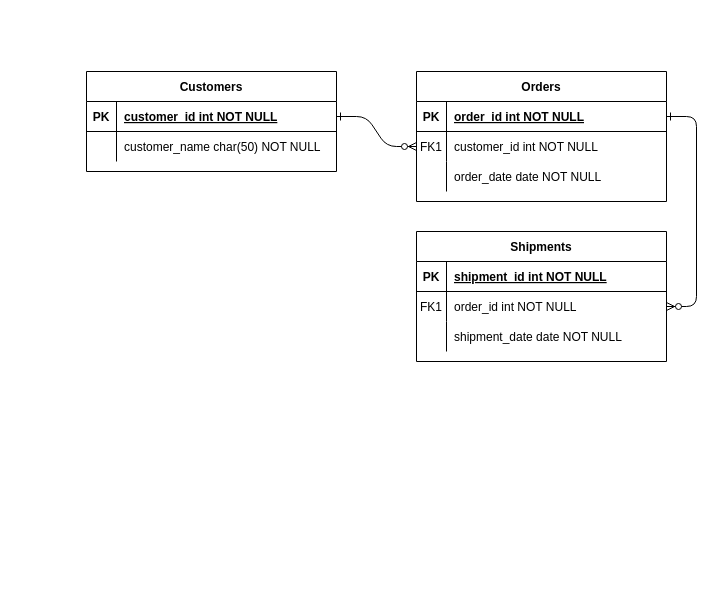
The draw.io diagram receivers.drawio in itzelvigil/RepositorioPrueba, before the edit. Source tidied: cells renumbered, new cells numbered last; positions are measured from the earlier drawing's top-left corner, leaving out a move shared by most shapes. Both pictures are drawn from the tidied source at 100%, with x=0, y=0 at pixel (86, 71).
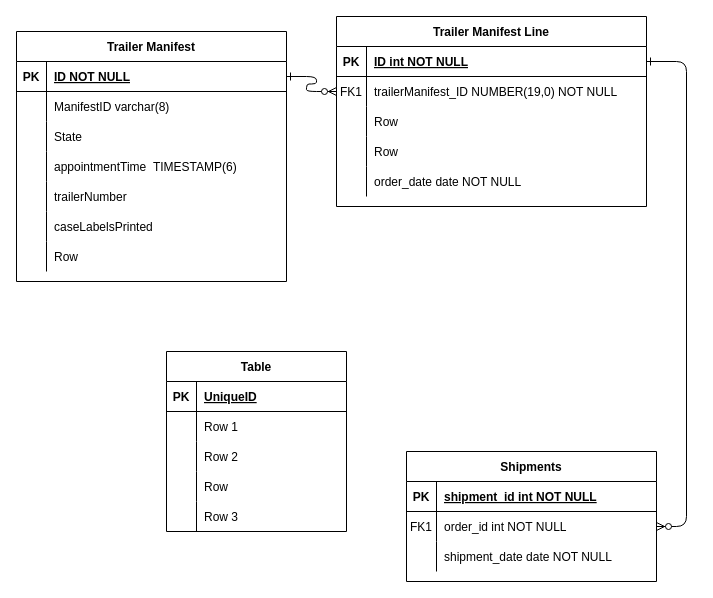
Above is the later version.

What changed in the source:
```diff
@@
-    <mxCell id="4" value="Orders" style="shape=table;startSize=30;childLayout=tableLayout;rowLines=0;fontStyle=1;align=center;" parent="1" vertex="1">
-      <mxGeometry x="330" width="250" height="130" as="geometry" />
+    <mxCell id="4" value="Trailer Manifest Line" style="shape=table;startSize=30;childLayout=tableLayout;rowLines=0;fontStyle=1;align=center;" parent="1" vertex="1">
+      <mxGeometry x="250" y="-55" width="310" height="190" as="geometry" />
     </mxCell>
     <mxCell id="5" style="shape=partialRectangle;fillColor=none;points=[[0,0.5],[1,0.5]];portConstraint=eastwest;top=0;left=0;right=0;bottom=1;" parent="4" vertex="1">
-      <mxGeometry y="30" width="250" height="30" as="geometry" />
+      <mxGeometry y="30" width="310" height="30" as="geometry" />
     </mxCell>
@@
-    <mxCell id="7" value="order_id int NOT NULL " style="shape=partialRectangle;overflow=hidden;fillColor=none;top=0;left=0;bottom=0;right=0;align=left;spacingLeft=6;fontStyle=5;" parent="5" vertex="1">
-      <mxGeometry x="30" width="220" height="30" as="geometry" />
+    <mxCell id="7" value="ID int NOT NULL " style="shape=partialRectangle;overflow=hidden;fillColor=none;top=0;left=0;bottom=0;right=0;align=left;spacingLeft=6;fontStyle=5;" parent="5" vertex="1">
+      <mxGeometry x="30" width="280" height="30" as="geometry" />
     </mxCell>
     <mxCell id="8" style="shape=partialRectangle;fillColor=none;points=[[0,0.5],[1,0.5]];portConstraint=eastwest;top=0;left=0;right=0;bottom=0;" parent="4" vertex="1">
-      <mxGeometry y="60" width="250" height="30" as="geometry" />
+      <mxGeometry y="60" width="310" height="30" as="geometry" />
     </mxCell>
@@
-    <mxCell id="10" value="customer_id int NOT NULL" style="shape=partialRectangle;overflow=hidden;fillColor=none;top=0;left=0;bottom=0;right=0;align=left;spacingLeft=6;" parent="8" vertex="1">
-      <mxGeometry x="30" width="220" height="30" as="geometry" />
+    <mxCell id="10" value="trailerManifest_ID NUMBER(19,0) NOT NULL" style="shape=partialRectangle;overflow=hidden;fillColor=none;top=0;left=0;bottom=0;right=0;align=left;spacingLeft=6;" parent="8" vertex="1">
+      <mxGeometry x="30" width="280" height="30" as="geometry" />
     </mxCell>
+    <mxCell id="31" style="shape=tableRow;horizontal=0;startSize=0;swimlaneHead=0;swimlaneBody=0;fillColor=none;top=0;left=0;right=0;bottom=0;labelBackgroundColor=none;labelBorderColor=none;" parent="4" vertex="1">
+      <mxGeometry y="90" width="310" height="30" as="geometry" />
+    </mxCell>
+    <mxCell id="32" style="shape=partialRectangle;fillColor=none;top=0;left=0;bottom=0;right=0;overflow=hidden;labelBackgroundColor=none;labelBorderColor=none;" parent="31" vertex="1">
+      <mxGeometry width="30" height="30" as="geometry" />
+    </mxCell>
+    <mxCell id="33" value="Row" style="shape=partialRectangle;fillColor=none;top=0;left=0;bottom=0;right=0;align=left;spacingLeft=6;overflow=hidden;labelBackgroundColor=none;labelBorderColor=none;" parent="31" vertex="1">
+      <mxGeometry x="30" width="280" height="30" as="geometry" />
+    </mxCell>
+    <mxCell id="34" style="shape=tableRow;horizontal=0;startSize=0;swimlaneHead=0;swimlaneBody=0;fillColor=none;top=0;left=0;right=0;bottom=0;labelBackgroundColor=none;labelBorderColor=none;" parent="4" vertex="1">
+      <mxGeometry y="120" width="310" height="30" as="geometry" />
+    </mxCell>
+    <mxCell id="35" style="shape=partialRectangle;fillColor=none;top=0;left=0;bottom=0;right=0;overflow=hidden;labelBackgroundColor=none;labelBorderColor=none;" parent="34" vertex="1">
+      <mxGeometry width="30" height="30" as="geometry" />
+    </mxCell>
+    <mxCell id="36" value="Row" style="shape=partialRectangle;fillColor=none;top=0;left=0;bottom=0;right=0;align=left;spacingLeft=6;overflow=hidden;labelBackgroundColor=none;labelBorderColor=none;" parent="34" vertex="1">
+      <mxGeometry x="30" width="280" height="30" as="geometry" />
+    </mxCell>
     <mxCell id="11" style="shape=partialRectangle;fillColor=none;top=0;left=0;right=0;bottom=0;" parent="4" vertex="1">
-      <mxGeometry y="90" width="250" height="30" as="geometry" />
+      <mxGeometry y="150" width="310" height="30" as="geometry" />
     </mxCell>
@@
     <mxCell id="13" value="order_date date NOT NULL" style="shape=partialRectangle;overflow=hidden;fillColor=none;top=0;left=0;bottom=0;right=0;align=left;spacingLeft=6;" parent="11" vertex="1">
-      <mxGeometry x="30" width="220" height="30" as="geometry" />
+      <mxGeometry x="30" width="280" height="30" as="geometry" />
     </mxCell>
     <mxCell id="14" value="Shipments" style="shape=table;startSize=30;childLayout=tableLayout;rowLines=0;fontStyle=1;align=center;" parent="1" vertex="1">
-      <mxGeometry x="330" y="160" width="250" height="130" as="geometry" />
+      <mxGeometry x="320" y="380" width="250" height="130" as="geometry" />
     </mxCell>
@@
-    <mxCell id="24" value="Customers" style="shape=table;startSize=30;childLayout=tableLayout;rowLines=0;fontStyle=1;align=center;" parent="1" vertex="1">
-      <mxGeometry width="250" height="100" as="geometry" />
+    <mxCell id="24" value="Trailer Manifest" style="shape=table;startSize=30;childLayout=tableLayout;rowLines=0;fontStyle=1;align=center;" parent="1" vertex="1">
+      <mxGeometry x="-70" y="-40" width="270" height="250" as="geometry" />
     </mxCell>
     <mxCell id="25" style="shape=partialRectangle;fillColor=none;points=[[0,0.5],[1,0.5]];portConstraint=eastwest;top=0;left=0;right=0;bottom=1;" parent="24" vertex="1">
-      <mxGeometry y="30" width="250" height="30" as="geometry" />
+      <mxGeometry y="30" width="270" height="30" as="geometry" />
     </mxCell>
@@
-    <mxCell id="27" value="customer_id int NOT NULL " style="shape=partialRectangle;overflow=hidden;fillColor=none;top=0;left=0;bottom=0;right=0;align=left;spacingLeft=6;fontStyle=5;" parent="25" vertex="1">
-      <mxGeometry x="30" width="220" height="30" as="geometry" />
+    <mxCell id="27" value="ID NOT NULL " style="shape=partialRectangle;overflow=hidden;fillColor=none;top=0;left=0;bottom=0;right=0;align=left;spacingLeft=6;fontStyle=5;" parent="25" vertex="1">
+      <mxGeometry x="30" width="240" height="30" as="geometry" />
     </mxCell>
     <mxCell id="28" style="shape=partialRectangle;fillColor=none;top=0;left=0;right=0;bottom=0;" parent="24" vertex="1">
-      <mxGeometry y="60" width="250" height="30" as="geometry" />
+      <mxGeometry y="60" width="270" height="30" as="geometry" />
     </mxCell>
@@
-    <mxCell id="30" value="customer_name char(50) NOT NULL" style="shape=partialRectangle;overflow=hidden;fillColor=none;top=0;left=0;bottom=0;right=0;align=left;spacingLeft=6;" parent="28" vertex="1">
-      <mxGeometry x="30" width="220" height="30" as="geometry" />
+    <mxCell id="30" value="ManifestID varchar(8)" style="shape=partialRectangle;overflow=hidden;fillColor=none;top=0;left=0;bottom=0;right=0;align=left;spacingLeft=6;" parent="28" vertex="1">
+      <mxGeometry x="30" width="240" height="30" as="geometry" />
     </mxCell>
+    <mxCell id="37" style="shape=tableRow;horizontal=0;startSize=0;swimlaneHead=0;swimlaneBody=0;fillColor=none;top=0;left=0;right=0;bottom=0;labelBackgroundColor=none;labelBorderColor=none;" parent="24" vertex="1">
+      <mxGeometry y="90" width="270" height="30" as="geometry" />
+    </mxCell>
+    <mxCell id="38" style="shape=partialRectangle;fillColor=none;top=0;left=0;bottom=0;right=0;overflow=hidden;labelBackgroundColor=none;labelBorderColor=none;" parent="37" vertex="1">
+      <mxGeometry width="30" height="30" as="geometry" />
+    </mxCell>
+    <mxCell id="39" value="State" style="shape=partialRectangle;fillColor=none;top=0;left=0;bottom=0;right=0;align=left;spacingLeft=6;overflow=hidden;labelBackgroundColor=none;labelBorderColor=none;" parent="37" vertex="1">
+      <mxGeometry x="30" width="240" height="30" as="geometry" />
+    </mxCell>
+    <mxCell id="40" style="shape=tableRow;horizontal=0;startSize=0;swimlaneHead=0;swimlaneBody=0;fillColor=none;top=0;left=0;right=0;bottom=0;labelBackgroundColor=none;labelBorderColor=none;" parent="24" vertex="1">
+      <mxGeometry y="120" width="270" height="30" as="geometry" />
+    </mxCell>
+    <mxCell id="41" style="shape=partialRectangle;fillColor=none;top=0;left=0;bottom=0;right=0;overflow=hidden;labelBackgroundColor=none;labelBorderColor=none;" parent="40" vertex="1">
+      <mxGeometry width="30" height="30" as="geometry" />
+    </mxCell>
+    <mxCell id="42" value="appointmentTime  TIMESTAMP(6)" style="shape=partialRectangle;fillColor=none;top=0;left=0;bottom=0;right=0;align=left;spacingLeft=6;overflow=hidden;labelBackgroundColor=none;labelBorderColor=none;" parent="40" vertex="1">
+      <mxGeometry x="30" width="240" height="30" as="geometry" />
+    </mxCell>
+    <mxCell id="43" style="shape=tableRow;horizontal=0;startSize=0;swimlaneHead=0;swimlaneBody=0;fillColor=none;top=0;left=0;right=0;bottom=0;labelBackgroundColor=none;labelBorderColor=none;" parent="24" vertex="1">
+      <mxGeometry y="150" width="270" height="30" as="geometry" />
+    </mxCell>
+    <mxCell id="44" style="shape=partialRectangle;fillColor=none;top=0;left=0;bottom=0;right=0;overflow=hidden;labelBackgroundColor=none;labelBorderColor=none;" parent="43" vertex="1">
+      <mxGeometry width="30" height="30" as="geometry" />
+    </mxCell>
+    <mxCell id="45" value="trailerNumber" style="shape=partialRectangle;fillColor=none;top=0;left=0;bottom=0;right=0;align=left;spacingLeft=6;overflow=hidden;labelBackgroundColor=none;labelBorderColor=none;" parent="43" vertex="1">
+      <mxGeometry x="30" width="240" height="30" as="geometry" />
+    </mxCell>
+    <mxCell id="46" style="shape=tableRow;horizontal=0;startSize=0;swimlaneHead=0;swimlaneBody=0;fillColor=none;top=0;left=0;right=0;bottom=0;labelBackgroundColor=none;labelBorderColor=none;" parent="24" vertex="1">
+      <mxGeometry y="180" width="270" height="30" as="geometry" />
+    </mxCell>
+    <mxCell id="47" style="shape=partialRectangle;fillColor=none;top=0;left=0;bottom=0;right=0;overflow=hidden;labelBackgroundColor=none;labelBorderColor=none;" parent="46" vertex="1">
+      <mxGeometry width="30" height="30" as="geometry" />
+    </mxCell>
+    <mxCell id="48" value="caseLabelsPrinted" style="shape=partialRectangle;fillColor=none;top=0;left=0;bottom=0;right=0;align=left;spacingLeft=6;overflow=hidden;labelBackgroundColor=none;labelBorderColor=none;" parent="46" vertex="1">
+      <mxGeometry x="30" width="240" height="30" as="geometry" />
+    </mxCell>
+    <mxCell id="49" style="shape=tableRow;horizontal=0;startSize=0;swimlaneHead=0;swimlaneBody=0;fillColor=none;top=0;left=0;right=0;bottom=0;labelBackgroundColor=none;labelBorderColor=none;" parent="24" vertex="1">
+      <mxGeometry y="210" width="270" height="30" as="geometry" />
+    </mxCell>
+    <mxCell id="50" style="shape=partialRectangle;fillColor=none;top=0;left=0;bottom=0;right=0;overflow=hidden;labelBackgroundColor=none;labelBorderColor=none;" parent="49" vertex="1">
+      <mxGeometry width="30" height="30" as="geometry" />
+    </mxCell>
+    <mxCell id="51" value="Row" style="shape=partialRectangle;fillColor=none;top=0;left=0;bottom=0;right=0;align=left;spacingLeft=6;overflow=hidden;labelBackgroundColor=none;labelBorderColor=none;" parent="49" vertex="1">
+      <mxGeometry x="30" width="240" height="30" as="geometry" />
+    </mxCell>
+    <mxCell id="52" value="Table" style="shape=table;startSize=30;childLayout=tableLayout;rowLines=0;fontStyle=1;align=center;labelBorderColor=none;labelBackgroundColor=none;" parent="1" vertex="1">
+      <mxGeometry x="80" y="280" width="180" height="180" as="geometry" />
+    </mxCell>
+    <mxCell id="53" style="shape=tableRow;horizontal=0;startSize=0;swimlaneHead=0;swimlaneBody=0;fillColor=none;top=0;left=0;right=0;bottom=1;" parent="52" vertex="1">
+      <mxGeometry y="30" width="180" height="30" as="geometry" />
+    </mxCell>
+    <mxCell id="54" value="PK" style="shape=partialRectangle;fillColor=none;top=0;left=0;bottom=0;right=0;fontStyle=1;overflow=hidden;" parent="53" vertex="1">
+      <mxGeometry width="30" height="30" as="geometry" />
+    </mxCell>
+    <mxCell id="55" value="UniqueID" style="shape=partialRectangle;fillColor=none;top=0;left=0;bottom=0;right=0;align=left;spacingLeft=6;fontStyle=5;overflow=hidden;" parent="53" vertex="1">
+      <mxGeometry x="30" width="150" height="30" as="geometry" />
+    </mxCell>
+    <mxCell id="56" style="shape=tableRow;horizontal=0;startSize=0;swimlaneHead=0;swimlaneBody=0;fillColor=none;top=0;left=0;right=0;bottom=0;" parent="52" vertex="1">
+      <mxGeometry y="60" width="180" height="30" as="geometry" />
+    </mxCell>
+    <mxCell id="57" style="shape=partialRectangle;fillColor=none;top=0;left=0;bottom=0;right=0;overflow=hidden;" parent="56" vertex="1">
+      <mxGeometry width="30" height="30" as="geometry" />
+    </mxCell>
+    <mxCell id="58" value="Row 1" style="shape=partialRectangle;fillColor=none;top=0;left=0;bottom=0;right=0;align=left;spacingLeft=6;overflow=hidden;" parent="56" vertex="1">
+      <mxGeometry x="30" width="150" height="30" as="geometry" />
+    </mxCell>
+    <mxCell id="59" style="shape=tableRow;horizontal=0;startSize=0;swimlaneHead=0;swimlaneBody=0;fillColor=none;top=0;left=0;right=0;bottom=0;" parent="52" vertex="1">
+      <mxGeometry y="90" width="180" height="30" as="geometry" />
+    </mxCell>
+    <mxCell id="60" style="shape=partialRectangle;fillColor=none;top=0;left=0;bottom=0;right=0;overflow=hidden;" parent="59" vertex="1">
+      <mxGeometry width="30" height="30" as="geometry" />
+    </mxCell>
+    <mxCell id="61" value="Row 2" style="shape=partialRectangle;fillColor=none;top=0;left=0;bottom=0;right=0;align=left;spacingLeft=6;overflow=hidden;" parent="59" vertex="1">
+      <mxGeometry x="30" width="150" height="30" as="geometry" />
+    </mxCell>
+    <mxCell id="62" style="shape=tableRow;horizontal=0;startSize=0;swimlaneHead=0;swimlaneBody=0;fillColor=none;top=0;left=0;right=0;bottom=0;labelBackgroundColor=none;labelBorderColor=none;" parent="52" vertex="1">
+      <mxGeometry y="120" width="180" height="30" as="geometry" />
+    </mxCell>
+    <mxCell id="63" style="shape=partialRectangle;fillColor=none;top=0;left=0;bottom=0;right=0;overflow=hidden;labelBackgroundColor=none;labelBorderColor=none;" parent="62" vertex="1">
+      <mxGeometry width="30" height="30" as="geometry" />
+    </mxCell>
+    <mxCell id="64" value="Row" style="shape=partialRectangle;fillColor=none;top=0;left=0;bottom=0;right=0;align=left;spacingLeft=6;overflow=hidden;labelBackgroundColor=none;labelBorderColor=none;" parent="62" vertex="1">
+      <mxGeometry x="30" width="150" height="30" as="geometry" />
+    </mxCell>
+    <mxCell id="65" style="shape=tableRow;horizontal=0;startSize=0;swimlaneHead=0;swimlaneBody=0;fillColor=none;top=0;left=0;right=0;bottom=0;" parent="52" vertex="1">
+      <mxGeometry y="150" width="180" height="30" as="geometry" />
+    </mxCell>
+    <mxCell id="66" style="shape=partialRectangle;fillColor=none;top=0;left=0;bottom=0;right=0;overflow=hidden;" parent="65" vertex="1">
+      <mxGeometry width="30" height="30" as="geometry" />
+    </mxCell>
+    <mxCell id="67" value="Row 3" style="shape=partialRectangle;fillColor=none;top=0;left=0;bottom=0;right=0;align=left;spacingLeft=6;overflow=hidden;" parent="65" vertex="1">
+      <mxGeometry x="30" width="150" height="30" as="geometry" />
+    </mxCell>
```
